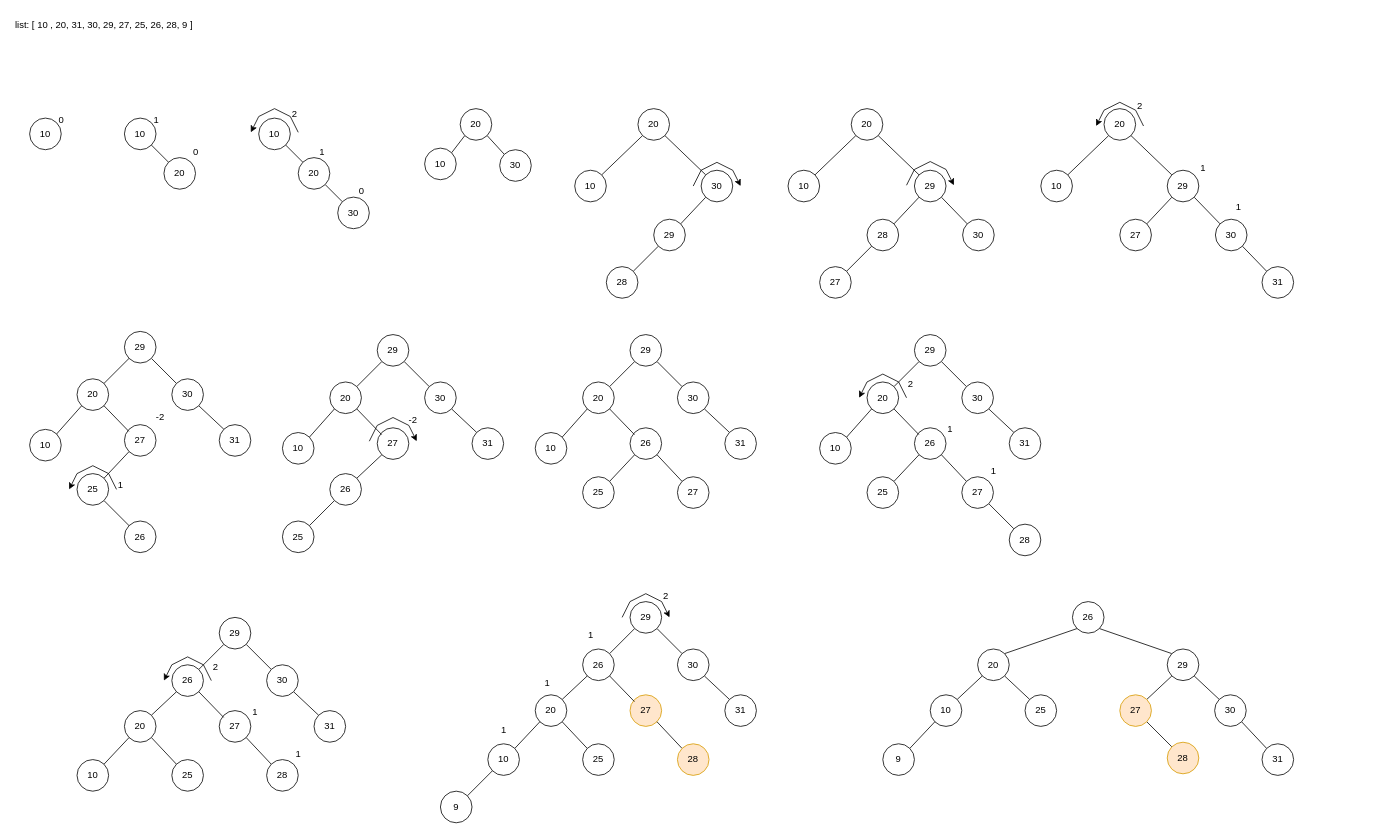
Before: src/main/kotlin/tree/ALVTree.drawio in kev5655/bfh-algoAndData, a draw.io diagram. Source tidied: cells renumbered, new cells numbered last; positions are measured from the earlier drawing's top-left corner, leaving out a move shared by most shapes. Both pictures are drawn from the tidied source at 79%, with x=0, y=0 at pixel (13, 13).
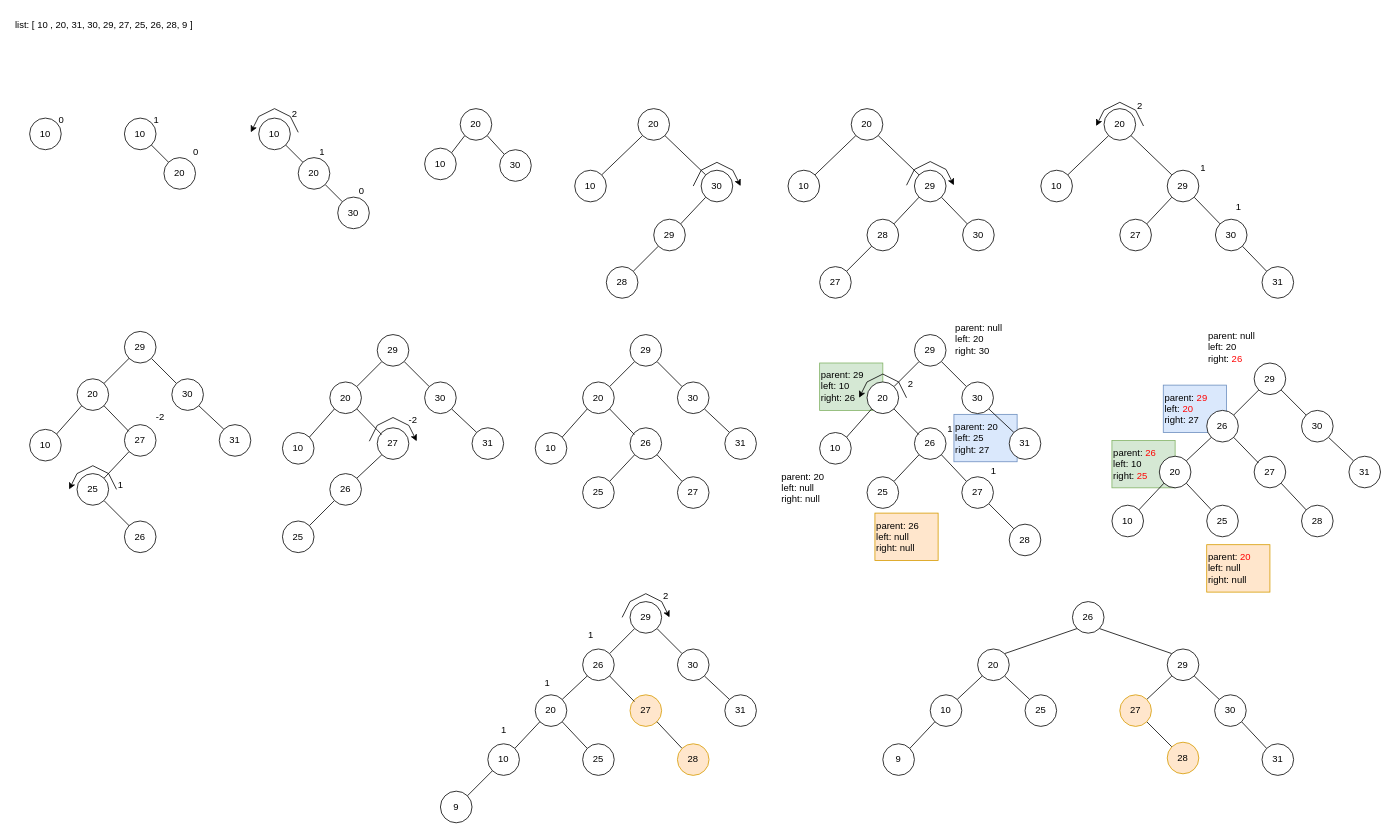
The same page after the edit.

The edit, as a diff of the source:
```diff
@@
+    <mxCell id="196" value="parent: 29&lt;div&gt;left: 10&lt;/div&gt;&lt;div style=&quot;&quot;&gt;right: 26&lt;/div&gt;" style="text;html=1;align=left;verticalAlign=middle;strokeColor=#82b366;fillColor=#d5e8d4;" parent="1" vertex="1">
+      <mxGeometry x="1020" y="442" width="80" height="60" as="geometry" />
+    </mxCell>
+    <mxCell id="197" value="parent:&lt;font color=&quot;#ff0000&quot;&gt; 26&lt;/font&gt;&lt;div&gt;left: 10&lt;/div&gt;&lt;div style=&quot;&quot;&gt;right: &lt;font color=&quot;#ff0000&quot;&gt;25&lt;/font&gt;&lt;/div&gt;" style="text;html=1;align=left;verticalAlign=middle;strokeColor=#82b366;fillColor=#d5e8d4;" parent="1" vertex="1">
+      <mxGeometry x="1390" y="540" width="80" height="60" as="geometry" />
+    </mxCell>
+    <mxCell id="198" value="parent: 20&lt;div&gt;left: 25&lt;/div&gt;&lt;div style=&quot;&quot;&gt;right: 27&lt;/div&gt;" style="text;html=1;align=left;verticalAlign=middle;strokeColor=#6c8ebf;fillColor=#dae8fc;" parent="1" vertex="1">
+      <mxGeometry x="1190" y="507" width="80" height="60" as="geometry" />
+    </mxCell>
+    <mxCell id="199" value="parent: &lt;font color=&quot;#ff0000&quot;&gt;29&lt;/font&gt;&lt;div&gt;left: &lt;font color=&quot;#ff0000&quot;&gt;20&lt;/font&gt;&lt;/div&gt;&lt;div style=&quot;&quot;&gt;right: 27&lt;/div&gt;" style="text;html=1;align=left;verticalAlign=middle;strokeColor=#6c8ebf;fillColor=#dae8fc;" parent="1" vertex="1">
+      <mxGeometry x="1455" y="470" width="80" height="60" as="geometry" />
+    </mxCell>
@@
     <mxCell id="115" value="27" style="ellipse;whiteSpace=wrap;html=1;" parent="1" vertex="1">
-      <mxGeometry x="260" y="882" width="40" height="40" as="geometry" />
+      <mxGeometry x="1570" y="560" width="40" height="40" as="geometry" />
     </mxCell>
@@
     <mxCell id="118" value="29" style="ellipse;whiteSpace=wrap;html=1;" parent="1" vertex="1">
-      <mxGeometry x="260" y="764" width="40" height="40" as="geometry" />
+      <mxGeometry x="1570" y="442" width="40" height="40" as="geometry" />
     </mxCell>
@@
     <mxCell id="120" value="30" style="ellipse;whiteSpace=wrap;html=1;" parent="1" vertex="1">
-      <mxGeometry x="320" y="824" width="40" height="40" as="geometry" />
+      <mxGeometry x="1630" y="502" width="40" height="40" as="geometry" />
     </mxCell>
     <mxCell id="121" value="31" style="ellipse;whiteSpace=wrap;html=1;" parent="1" vertex="1">
-      <mxGeometry x="380" y="882" width="40" height="40" as="geometry" />
+      <mxGeometry x="1690" y="560" width="40" height="40" as="geometry" />
     </mxCell>
     <mxCell id="122" value="26" style="ellipse;whiteSpace=wrap;html=1;" parent="1" vertex="1">
-      <mxGeometry x="200" y="824" width="40" height="40" as="geometry" />
+      <mxGeometry x="1510" y="502" width="40" height="40" as="geometry" />
     </mxCell>
@@
     <mxCell id="124" value="20" style="ellipse;whiteSpace=wrap;html=1;" parent="1" vertex="1">
-      <mxGeometry x="140" y="882" width="40" height="40" as="geometry" />
+      <mxGeometry x="1450" y="560" width="40" height="40" as="geometry" />
     </mxCell>
@@
     <mxCell id="127" value="25" style="ellipse;whiteSpace=wrap;html=1;" parent="1" vertex="1">
-      <mxGeometry x="200" y="944" width="40" height="40" as="geometry" />
+      <mxGeometry x="1510" y="622" width="40" height="40" as="geometry" />
     </mxCell>
@@
     <mxCell id="129" value="28" style="ellipse;whiteSpace=wrap;html=1;" parent="1" vertex="1">
-      <mxGeometry x="320" y="944" width="40" height="40" as="geometry" />
+      <mxGeometry x="1630" y="622" width="40" height="40" as="geometry" />
     </mxCell>
     <mxCell id="130" value="10" style="ellipse;whiteSpace=wrap;html=1;" parent="1" vertex="1">
-      <mxGeometry x="80" y="944" width="40" height="40" as="geometry" />
+      <mxGeometry x="1390" y="622" width="40" height="40" as="geometry" />
     </mxCell>
-    <mxCell id="131" style="endArrow=classic;html=1;rounded=0;" parent="1" edge="1">
-      <mxGeometry relative="1" as="geometry">
-        <mxPoint x="250" y="844" as="sourcePoint" />
-        <mxPoint x="190" y="844" as="targetPoint" />
-        <Array as="points">
-          <mxPoint x="240" y="824" />
-          <mxPoint x="220" y="814" />
-          <mxPoint x="200" y="824" />
-        </Array>
-      </mxGeometry>
-    </mxCell>
-    <mxCell id="132" value="1" style="text;html=1;align=center;verticalAlign=middle;strokeColor=none;fillColor=none;" parent="1" vertex="1">
-      <mxGeometry x="345" y="922" width="30" height="30" as="geometry" />
-    </mxCell>
-    <mxCell id="133" value="1" style="text;html=1;align=center;verticalAlign=middle;strokeColor=none;fillColor=none;" parent="1" vertex="1">
-      <mxGeometry x="290" y="869" width="30" height="30" as="geometry" />
-    </mxCell>
-    <mxCell id="134" value="2" style="text;html=1;align=center;verticalAlign=middle;strokeColor=none;fillColor=none;" parent="1" vertex="1">
-      <mxGeometry x="240" y="812" width="30" height="30" as="geometry" />
-    </mxCell>
@@
+    <mxCell id="200" value="&lt;div&gt;parent: null&lt;/div&gt;left: 20&lt;div&gt;right: 30&lt;/div&gt;" style="text;html=1;align=left;verticalAlign=middle;strokeColor=none;fillColor=none;" parent="1" vertex="1">
+      <mxGeometry x="1190" y="382" width="80" height="60" as="geometry" />
+    </mxCell>
+    <mxCell id="201" value="parent: 26&lt;div&gt;left: null&lt;/div&gt;&lt;div style=&quot;&quot;&gt;right: null&lt;/div&gt;" style="text;html=1;align=left;verticalAlign=middle;strokeColor=#d79b00;fillColor=#ffe6cc;" parent="1" vertex="1">
+      <mxGeometry x="1090" y="632" width="80" height="60" as="geometry" />
+    </mxCell>
+    <mxCell id="202" value="parent: 20&lt;div&gt;left: null&lt;/div&gt;&lt;div&gt;right: null&lt;/div&gt;" style="text;html=1;align=left;verticalAlign=middle;strokeColor=none;fillColor=none;" parent="1" vertex="1">
+      <mxGeometry x="970" y="570" width="80" height="60" as="geometry" />
+    </mxCell>
+    <mxCell id="203" value="&lt;div&gt;parent: null&lt;/div&gt;left: 20&lt;div&gt;right: &lt;font color=&quot;#ff0000&quot;&gt;26&lt;/font&gt;&lt;/div&gt;" style="text;html=1;align=left;verticalAlign=middle;strokeColor=none;fillColor=none;" parent="1" vertex="1">
+      <mxGeometry x="1510" y="392" width="80" height="60" as="geometry" />
+    </mxCell>
+    <mxCell id="204" value="parent: &lt;font color=&quot;#ff0000&quot;&gt;20&lt;/font&gt;&lt;div&gt;left: null&lt;/div&gt;&lt;div style=&quot;&quot;&gt;right: null&lt;/div&gt;" style="text;html=1;align=left;verticalAlign=middle;strokeColor=#d79b00;fillColor=#ffe6cc;" parent="1" vertex="1">
+      <mxGeometry x="1510" y="672" width="80" height="60" as="geometry" />
+    </mxCell>
```
